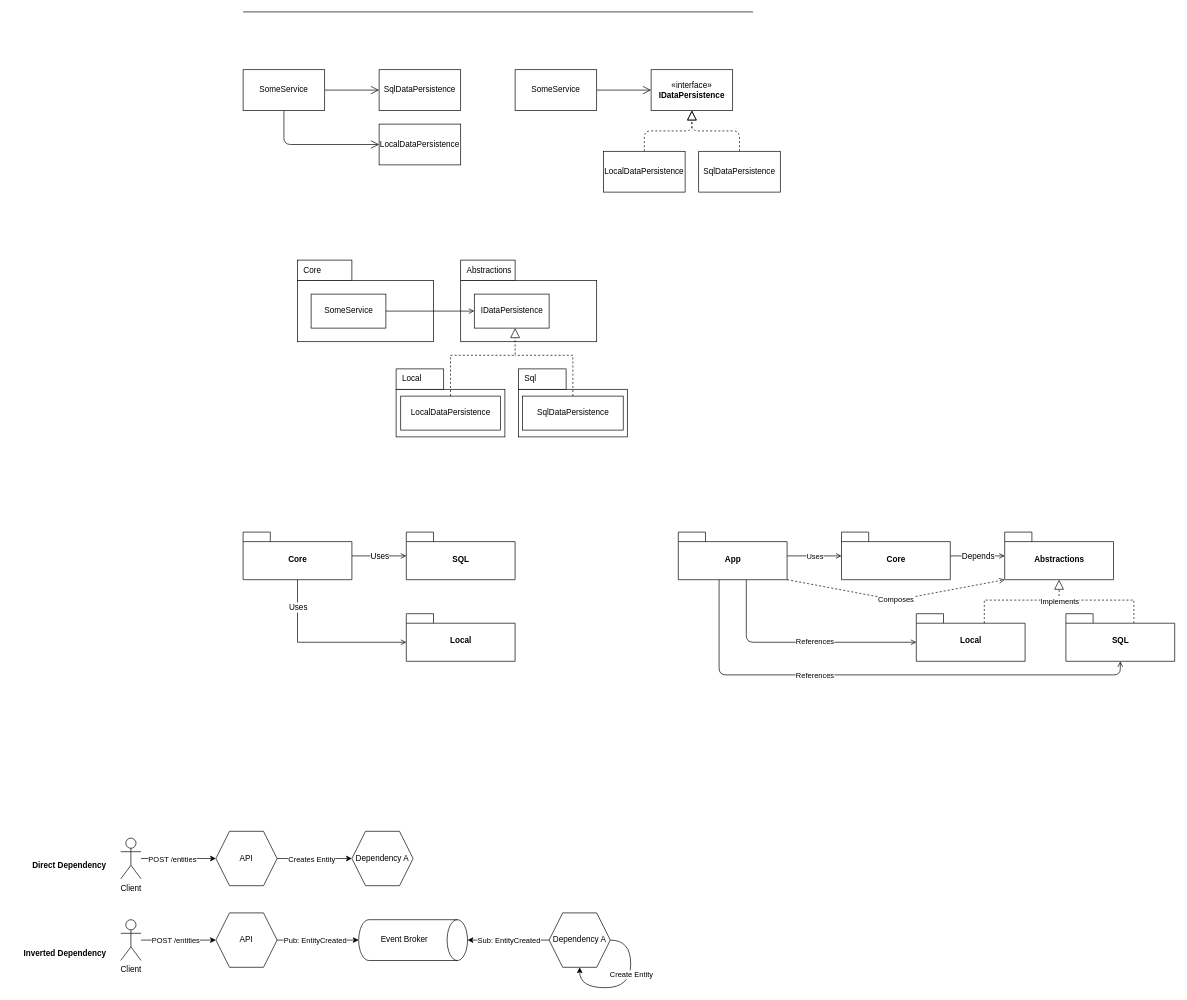
Before: Diagrams/SOLID-DIP.drawio in PacktPublishing/Architecting-ASP.NET-Core-Applications-3E, a draw.io diagram. Source tidied: cells renumbered, new cells numbered last; positions are measured from the earlier drawing's top-left corner, leaving out a move shared by most shapes. Both pictures are drawn from the tidied source at 68%, with x=0, y=0 at pixel (12, 12).
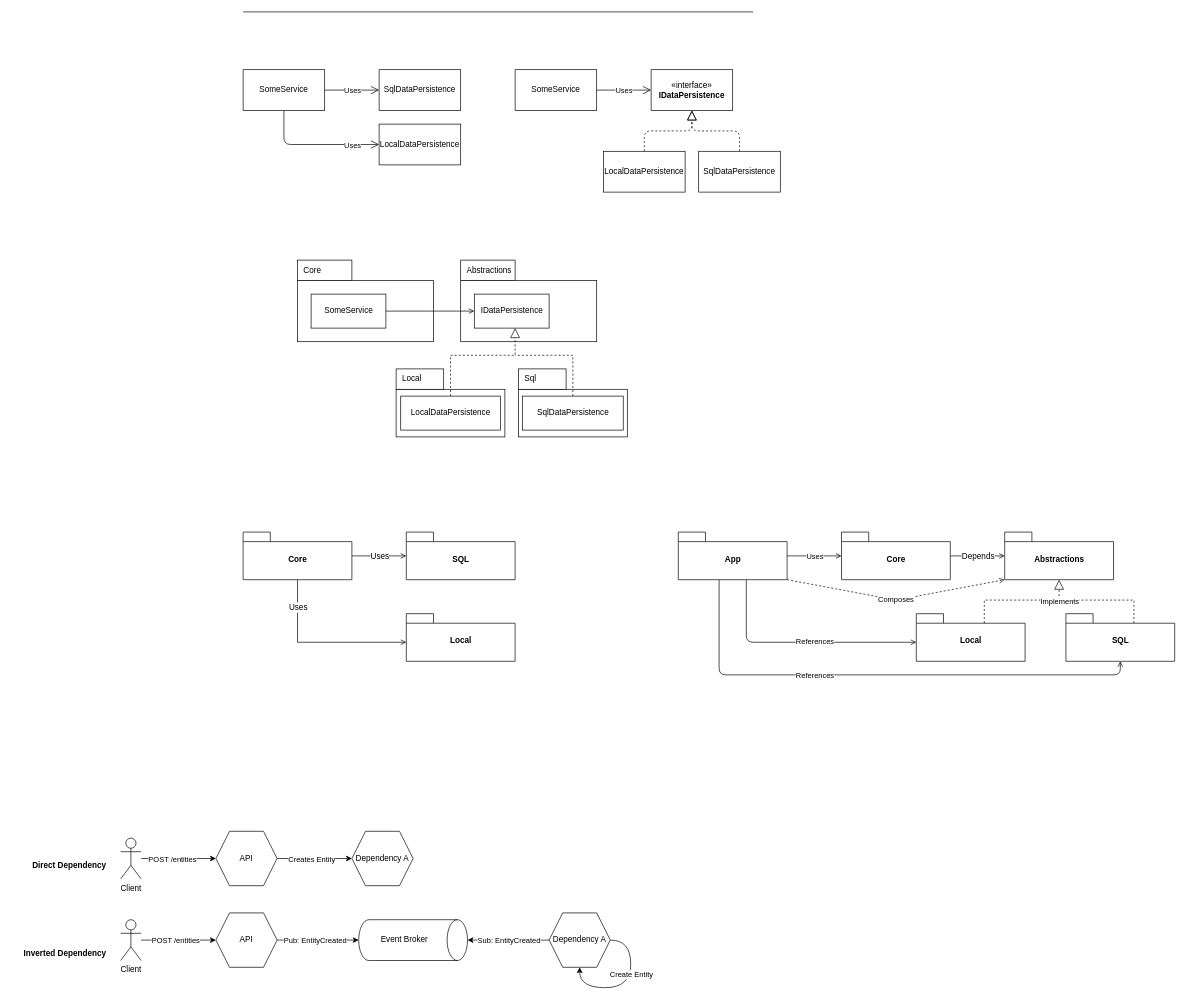
After the change.

Unchanged cells that the change refers to:
```xml
<mxCell id="3" style="edgeStyle=none;html=1;endArrow=open;endFill=0;jumpSize=12;endSize=10;" parent="1" edge="1" source="5" target="6">
  <mxGeometry relative="1" as="geometry" />
</mxCell>
<mxCell id="4" style="edgeStyle=orthogonalEdgeStyle;jumpSize=12;html=1;endArrow=open;endFill=0;endSize=10;elbow=vertical;entryX=0;entryY=0.5;entryDx=0;entryDy=0;exitX=0.5;exitY=1;exitDx=0;exitDy=0;" parent="1" edge="1" source="5" target="7">
  <mxGeometry relative="1" as="geometry" />
</mxCell>
<mxCell id="8" style="edgeStyle=none;html=1;endArrow=open;endFill=0;jumpSize=12;endSize=10;" parent="1" edge="1" source="9" target="10">
  <mxGeometry relative="1" as="geometry" />
</mxCell>
```

Diff of the diagram source:
```diff
@@
+    <mxCell id="80" value="Uses" style="edgeLabel;html=1;align=center;verticalAlign=middle;" parent="3" vertex="1">
+      <mxGeometry x="-0.42" y="3" relative="1" as="geometry">
+        <mxPoint x="17" y="3" as="offset" />
+      </mxGeometry>
+    </mxCell>
@@
+    <mxCell id="81" value="Uses" style="edgeLabel;html=1;align=center;verticalAlign=middle;" parent="4" vertex="1">
+      <mxGeometry x="0.12" relative="1" as="geometry">
+        <mxPoint x="44" as="offset" />
+      </mxGeometry>
+    </mxCell>
@@
+    <mxCell id="82" value="Uses" style="edgeLabel;html=1;align=center;verticalAlign=middle;" parent="8" vertex="1">
+      <mxGeometry x="-0.25" relative="1" as="geometry">
+        <mxPoint x="9" as="offset" />
+      </mxGeometry>
+    </mxCell>
```
